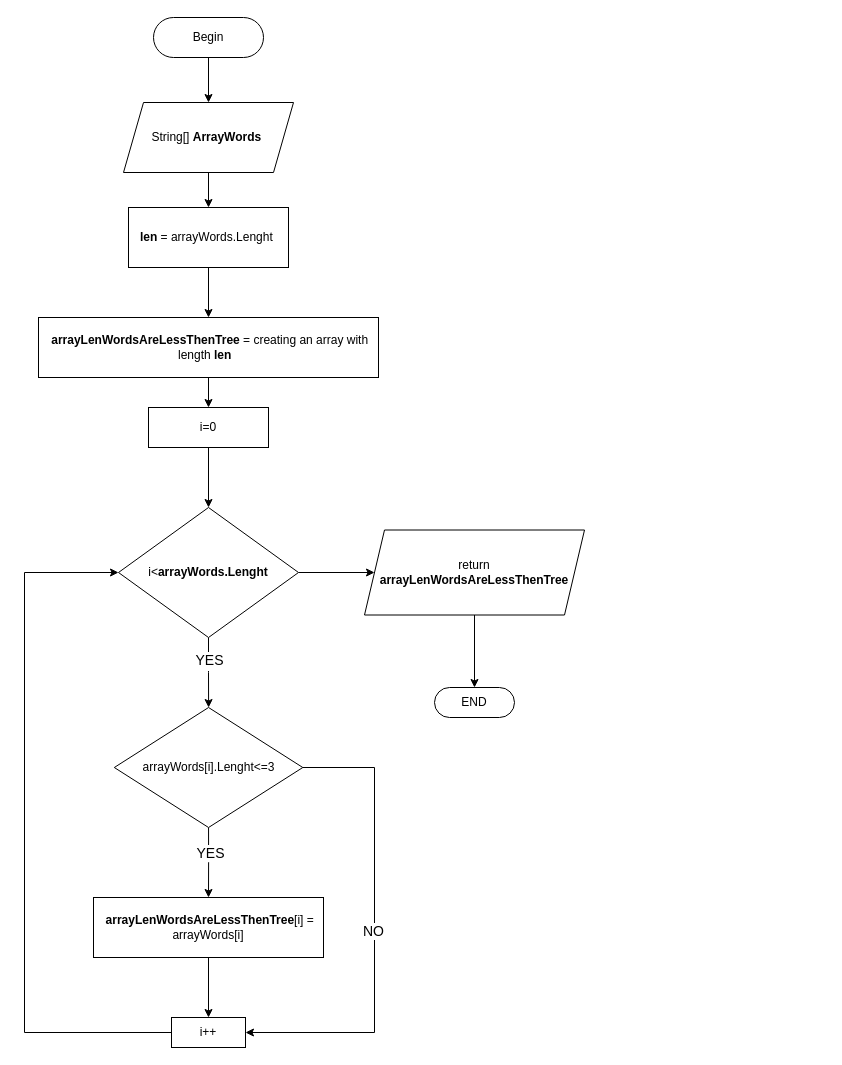
Earlier version of the draw.io diagram Нахождение строк в массиве с длинной 3 или меньше.drawio (Grandhald/final_work_on_the_main_block). Source tidied: cells renumbered, new cells numbered last; positions are measured from the earlier drawing's top-left corner, leaving out a move shared by most shapes. Both pictures are drawn from the tidied source at 100%, with x=0, y=0 at pixel (24, 17).
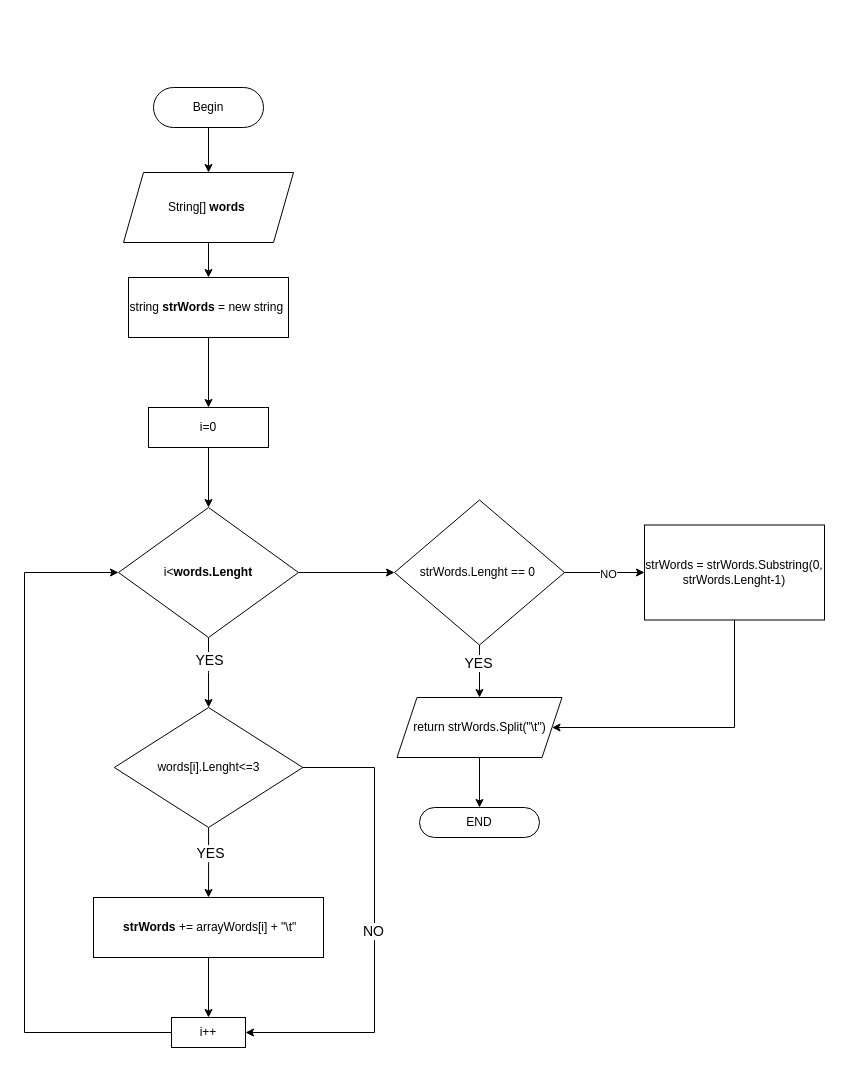
After the change.

Commit message:
changing the scheme of the algorithm according to the code

The change refers to these unchanged cells:
```xml
<mxCell id="21" value="i=0" style="rounded=0;whiteSpace=wrap;html=1;" parent="1" vertex="1">
  <mxGeometry x="124" y="390" width="120" height="40" as="geometry" />
</mxCell>
```

What changed in the source:
```diff
@@
     <mxCell id="3" value="Begin" style="rounded=1;whiteSpace=wrap;html=1;arcSize=50;" parent="1" vertex="1">
-      <mxGeometry x="129" width="110" height="40" as="geometry" />
+      <mxGeometry x="129" y="70" width="110" height="40" as="geometry" />
     </mxCell>
@@
-    <mxCell id="7" style="edgeStyle=orthogonalEdgeStyle;rounded=0;jettySize=auto;html=1;exitX=1;exitY=0.5;exitDx=0;exitDy=0;" parent="1" edge="1" source="8" target="27">
+    <mxCell id="7" style="edgeStyle=orthogonalEdgeStyle;rounded=0;jettySize=auto;html=1;exitX=1;exitY=0.5;exitDx=0;exitDy=0;entryX=0;entryY=0.5;entryDx=0;entryDy=0;" parent="1" edge="1" source="8" target="33">
       <mxGeometry relative="1" as="geometry" />
     </mxCell>
-    <mxCell id="8" value="i&amp;lt;&lt;b&gt;arrayWords.Lenght&lt;/b&gt;" style="rhombus;whiteSpace=wrap;html=1;" parent="1" vertex="1">
+    <mxCell id="8" value="i&amp;lt;&lt;b&gt;words.Lenght&lt;/b&gt;" style="rhombus;whiteSpace=wrap;html=1;" parent="1" vertex="1">
       <mxGeometry x="94" y="490" width="180" height="130" as="geometry" />
     </mxCell>
@@
-    <mxCell id="13" value="arrayWords[i].Lenght&amp;lt;=3" style="rhombus;whiteSpace=wrap;html=1;" parent="1" vertex="1">
+    <mxCell id="13" value="words[i].Lenght&amp;lt;=3" style="rhombus;whiteSpace=wrap;html=1;" parent="1" vertex="1">
       <mxGeometry x="89.8" y="690" width="188.5" height="120" as="geometry" />
     </mxCell>
@@
-    <mxCell id="15" value="String[]&amp;nbsp;&lt;b style=&quot;border-color: var(--border-color);&quot;&gt;ArrayWords&lt;/b&gt;&amp;nbsp;" style="shape=parallelogram;perimeter=parallelogramPerimeter;whiteSpace=wrap;html=1;fixedSize=1;" parent="1" vertex="1">
-      <mxGeometry x="99" y="85" width="170" height="70" as="geometry" />
+    <mxCell id="15" value="String[] &lt;b&gt;w&lt;/b&gt;&lt;b style=&quot;border-color: var(--border-color);&quot;&gt;ords&lt;/b&gt;&amp;nbsp;" style="shape=parallelogram;perimeter=parallelogramPerimeter;whiteSpace=wrap;html=1;fixedSize=1;" parent="1" vertex="1">
+      <mxGeometry x="99" y="155" width="170" height="70" as="geometry" />
     </mxCell>
-    <mxCell id="16" style="edgeStyle=orthogonalEdgeStyle;rounded=0;jettySize=auto;html=1;exitX=0.5;exitY=1;exitDx=0;exitDy=0;entryX=0.5;entryY=0;entryDx=0;entryDy=0;" parent="1" edge="1" source="17" target="19">
+    <mxCell id="16" style="edgeStyle=orthogonalEdgeStyle;rounded=0;jettySize=auto;html=1;exitX=0.5;exitY=1;exitDx=0;exitDy=0;entryX=0.5;entryY=0;entryDx=0;entryDy=0;" parent="1" edge="1" source="17" target="21">
       <mxGeometry relative="1" as="geometry" />
     </mxCell>
-    <mxCell id="17" value="&lt;b style=&quot;border-color: var(--border-color);&quot;&gt;len&lt;/b&gt;&amp;nbsp;= arrayWords.Lenght&amp;nbsp;" style="rounded=0;whiteSpace=wrap;html=1;" parent="1" vertex="1">
-      <mxGeometry x="104" y="190" width="160" height="60" as="geometry" />
+    <mxCell id="17" value="string&lt;b&gt; strWords&lt;/b&gt; = new string&amp;nbsp;" style="rounded=0;whiteSpace=wrap;html=1;" parent="1" vertex="1">
+      <mxGeometry x="104" y="260" width="160" height="60" as="geometry" />
     </mxCell>
-    <mxCell id="18" style="edgeStyle=orthogonalEdgeStyle;rounded=0;jettySize=auto;html=1;exitX=0.5;exitY=1;exitDx=0;exitDy=0;entryX=0.5;entryY=0;entryDx=0;entryDy=0;" parent="1" edge="1" source="19" target="21">
-      <mxGeometry relative="1" as="geometry" />
-    </mxCell>
-    <mxCell id="19" value="&amp;nbsp;&lt;b style=&quot;border-color: var(--border-color);&quot;&gt;arrayLenWordsAreLessThenTree&lt;/b&gt;&amp;nbsp;=&amp;nbsp;creating an array with length&amp;nbsp;&lt;b style=&quot;border-color: var(--border-color);&quot;&gt;len&lt;/b&gt;&amp;nbsp;&amp;nbsp;" style="rounded=0;whiteSpace=wrap;html=1;" parent="1" vertex="1">
-      <mxGeometry x="14" y="300" width="340" height="60" as="geometry" />
-    </mxCell>
@@
-    <mxCell id="23" value="&amp;nbsp;&lt;b style=&quot;border-color: var(--border-color);&quot;&gt;arrayLenWordsAreLessThenTree&lt;/b&gt;&lt;span style=&quot;border-color: var(--border-color);&quot;&gt;[i] = arrayWords[i]&lt;/span&gt;" style="rounded=0;whiteSpace=wrap;html=1;" parent="1" vertex="1">
+    <mxCell id="23" value="&amp;nbsp;&lt;b&gt;strWords&lt;/b&gt;&lt;span style=&quot;border-color: var(--border-color);&quot;&gt;&amp;nbsp;+= arrayWords[i] + &quot;\t&quot;&lt;/span&gt;" style="rounded=0;whiteSpace=wrap;html=1;" parent="1" vertex="1">
       <mxGeometry x="69" y="880" width="230" height="60" as="geometry" />
     </mxCell>
@@
-    <mxCell id="26" style="edgeStyle=orthogonalEdgeStyle;rounded=0;jettySize=auto;html=1;exitX=0.5;exitY=1;exitDx=0;exitDy=0;entryX=0.5;entryY=0;entryDx=0;entryDy=0;" parent="1" edge="1" source="27" target="28">
-      <mxGeometry relative="1" as="geometry" />
-    </mxCell>
-    <mxCell id="27" value="return&lt;br&gt;&lt;b style=&quot;border-color: var(--border-color);&quot;&gt;arrayLenWordsAreLessThenTree&lt;/b&gt;" style="shape=parallelogram;perimeter=parallelogramPerimeter;whiteSpace=wrap;html=1;fixedSize=1;" parent="1" vertex="1">
-      <mxGeometry x="340" y="512.5" width="220" height="85" as="geometry" />
-    </mxCell>
+    <mxCell id="29" style="edgeStyle=orthogonalEdgeStyle;rounded=0;jettySize=auto;html=1;exitX=0.5;exitY=1;exitDx=0;exitDy=0;entryX=0.5;entryY=0;entryDx=0;entryDy=0;" parent="1" edge="1" source="33" target="35">
+      <mxGeometry relative="1" as="geometry" />
+    </mxCell>
+    <mxCell id="30" value="&lt;font style=&quot;font-size: 14px;&quot;&gt;YES&lt;/font&gt;" style="edgeLabel;html=1;align=center;verticalAlign=middle;" parent="29" vertex="1">
+      <mxGeometry x="-0.33" y="-2" relative="1" as="geometry" />
+    </mxCell>
+    <mxCell id="31" style="edgeStyle=orthogonalEdgeStyle;rounded=0;jettySize=auto;html=1;exitX=1;exitY=0.5;exitDx=0;exitDy=0;entryX=0;entryY=0.5;entryDx=0;entryDy=0;" parent="1" edge="1" source="33" target="37">
+      <mxGeometry relative="1" as="geometry" />
+    </mxCell>
+    <mxCell id="32" value="NO" style="edgeLabel;html=1;align=center;verticalAlign=middle;" parent="31" vertex="1">
+      <mxGeometry x="0.08" y="-1" relative="1" as="geometry" />
+    </mxCell>
+    <mxCell id="33" value="strWords.Lenght == 0&amp;nbsp;" style="rhombus;whiteSpace=wrap;html=1;" parent="1" vertex="1">
+      <mxGeometry x="370" y="482.5" width="170" height="145" as="geometry" />
+    </mxCell>
+    <mxCell id="34" style="edgeStyle=orthogonalEdgeStyle;rounded=0;jettySize=auto;html=1;exitX=0.5;exitY=1;exitDx=0;exitDy=0;" parent="1" edge="1" source="35" target="28">
+      <mxGeometry relative="1" as="geometry" />
+    </mxCell>
+    <mxCell id="35" value="return strWords.Split(&quot;\t&quot;)" style="shape=parallelogram;perimeter=parallelogramPerimeter;whiteSpace=wrap;html=1;fixedSize=1;" parent="1" vertex="1">
+      <mxGeometry x="372.5" y="680" width="165" height="60" as="geometry" />
+    </mxCell>
+    <mxCell id="36" style="edgeStyle=orthogonalEdgeStyle;rounded=0;jettySize=auto;html=1;exitX=0.5;exitY=1;exitDx=0;exitDy=0;entryX=1;entryY=0.5;entryDx=0;entryDy=0;" parent="1" edge="1" source="37" target="35">
+      <mxGeometry relative="1" as="geometry">
+        <Array as="points">
+          <mxPoint x="710" y="710" />
+        </Array>
+      </mxGeometry>
+    </mxCell>
+    <mxCell id="37" value="strWords = strWords.Substring(0, strWords.Lenght-1)" style="rounded=0;whiteSpace=wrap;html=1;" parent="1" vertex="1">
+      <mxGeometry x="620" y="507.5" width="180" height="95" as="geometry" />
+    </mxCell>
     <mxCell id="28" value="END" style="rounded=1;whiteSpace=wrap;html=1;arcSize=50;" parent="1" vertex="1">
-      <mxGeometry x="410" y="670" width="80" height="30" as="geometry" />
+      <mxGeometry x="395" y="790" width="120" height="30" as="geometry" />
     </mxCell>
```
